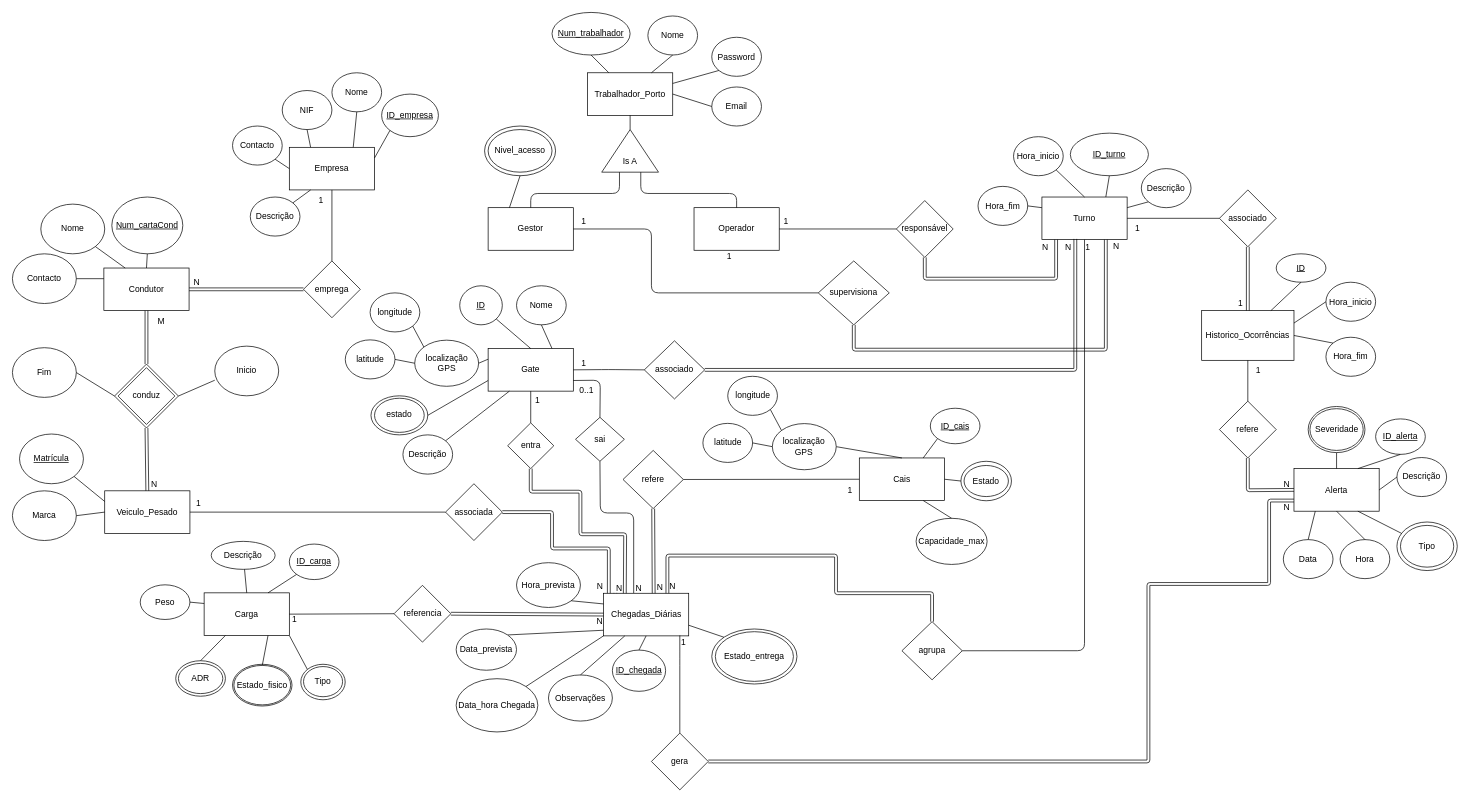
Earlier version of the draw.io diagram docs/BD/Relacional/DER-BD-IntelligentLogistics.drawio (PEI-HAZARDS/IntelligentLogistics). Source tidied: cells renumbered, new cells numbered last; positions are measured from the earlier drawing's top-left corner, leaving out a move shared by most shapes. Both pictures are drawn from the tidied source at 71%, with x=0, y=0 at pixel (12, 12).
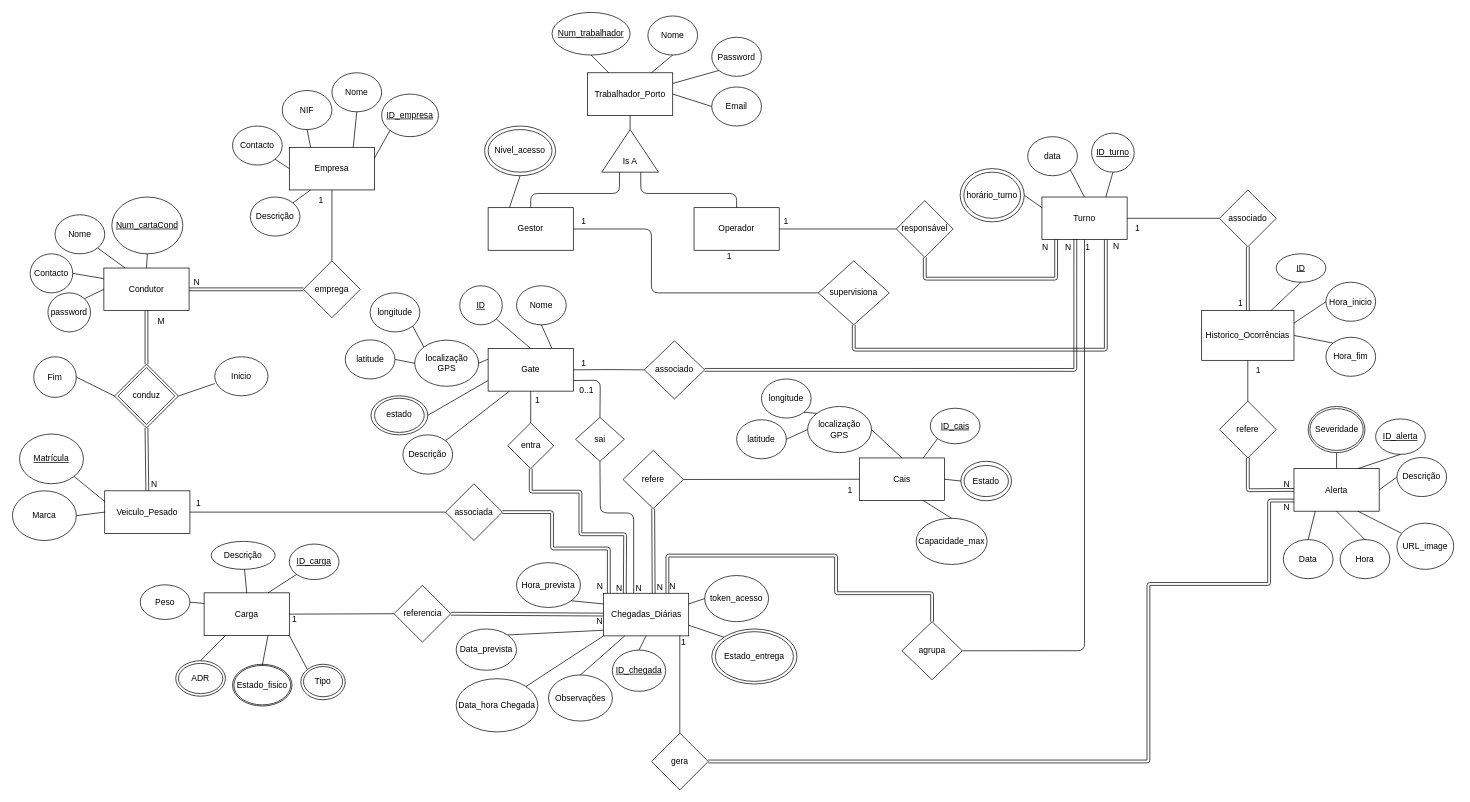
The same diagram, later.

The change refers to these unchanged cells:
```xml
<mxCell id="7" value="Alerta" style="rounded=0;whiteSpace=wrap;html=1;" parent="1" vertex="1">
  <mxGeometry x="1805" y="642.5" width="120" height="60" as="geometry" />
</mxCell>
<mxCell id="9" value="Chegadas_Diárias" style="rounded=0;whiteSpace=wrap;html=1;" parent="1" vertex="1">
  <mxGeometry x="832.5" y="818.1" width="120" height="60" as="geometry" />
</mxCell>
<mxCell id="15" value="Turno" style="rounded=0;whiteSpace=wrap;html=1;" parent="1" vertex="1">
  <mxGeometry x="1450" y="260" width="120" height="60" as="geometry" />
</mxCell>
<mxCell id="17" value="Condutor" style="rounded=0;whiteSpace=wrap;html=1;" parent="1" vertex="1">
  <mxGeometry x="128.8" y="360" width="120" height="60" as="geometry" />
</mxCell>
```

Diff of the diagram source:
```diff
@@
     <mxCell id="24" value="Nome" style="ellipse;whiteSpace=wrap;html=1;" parent="1" vertex="1">
-      <mxGeometry x="40" y="270" width="90" height="70" as="geometry" />
+      <mxGeometry x="60" y="285" width="70" height="55" as="geometry" />
     </mxCell>
@@
     <mxCell id="26" value="Contacto" style="ellipse;whiteSpace=wrap;html=1;" parent="1" vertex="1">
-      <mxGeometry y="340" width="90" height="70" as="geometry" />
+      <mxGeometry x="25" y="340" width="60" height="55" as="geometry" />
     </mxCell>
@@
     <mxCell id="53" value="&lt;u&gt;ID_turno&lt;/u&gt;" style="ellipse;whiteSpace=wrap;html=1;" parent="1" vertex="1">
-      <mxGeometry x="1490" y="170" width="110" height="60" as="geometry" />
+      <mxGeometry x="1520" y="170" width="60" height="55" as="geometry" />
     </mxCell>
@@
-    <mxCell id="56" value="Hora_inicio" style="ellipse;whiteSpace=wrap;html=1;" parent="1" vertex="1">
-      <mxGeometry x="1410" y="175" width="70" height="55" as="geometry" />
+    <mxCell id="56" value="data" style="ellipse;whiteSpace=wrap;html=1;" parent="1" vertex="1">
+      <mxGeometry x="1430" y="175" width="70" height="55" as="geometry" />
     </mxCell>
-    <mxCell id="57" value="Hora_fim" style="ellipse;whiteSpace=wrap;html=1;" parent="1" vertex="1">
-      <mxGeometry x="1360" y="245" width="70" height="55" as="geometry" />
-    </mxCell>
@@
-    <mxCell id="59" style="endArrow=none;html=1;exitX=1;exitY=0.5;exitDx=0;exitDy=0;entryX=0;entryY=0.25;entryDx=0;entryDy=0;" parent="1" edge="1" source="57" target="15">
-      <mxGeometry relative="1" as="geometry" />
-    </mxCell>
-    <mxCell id="60" value="Descrição" style="ellipse;whiteSpace=wrap;html=1;" parent="1" vertex="1">
-      <mxGeometry x="1590" y="220" width="70" height="55" as="geometry" />
-    </mxCell>
-    <mxCell id="61" style="endArrow=none;html=1;exitX=0;exitY=1;exitDx=0;exitDy=0;entryX=1;entryY=0.25;entryDx=0;entryDy=0;" parent="1" edge="1" source="60" target="15">
-      <mxGeometry relative="1" as="geometry" />
-    </mxCell>
@@
-    <mxCell id="72" value="Tipo" style="ellipse;whiteSpace=wrap;html=1;" parent="1" vertex="1">
-      <mxGeometry x="1955" y="722.5" width="75" height="58.8" as="geometry" />
-    </mxCell>
-    <mxCell id="73" style="ellipse;whiteSpace=wrap;html=1;fillColor=none;" parent="1" vertex="1">
-      <mxGeometry x="1950" y="717.7" width="85" height="68.4" as="geometry" />
-    </mxCell>
-    <mxCell id="74" style="endArrow=none;html=1;entryX=0.75;entryY=1;entryDx=0;entryDy=0;" parent="1" edge="1" source="73" target="7">
-      <mxGeometry relative="1" as="geometry" />
+    <mxCell id="74" style="endArrow=none;html=1;entryX=0.75;entryY=1;entryDx=0;entryDy=0;" parent="1" edge="1" target="7">
+      <mxGeometry relative="1" as="geometry">
+        <mxPoint x="1956.5" y="733.7" as="sourcePoint" />
+      </mxGeometry>
     </mxCell>
@@
     <mxCell id="166" value="Inicio" style="ellipse;whiteSpace=wrap;html=1;" parent="1" vertex="1">
-      <mxGeometry x="285" y="470" width="90" height="70" as="geometry" />
+      <mxGeometry x="285" y="485" width="75" height="55" as="geometry" />
     </mxCell>
     <mxCell id="167" value="Fim" style="ellipse;whiteSpace=wrap;html=1;" parent="1" vertex="1">
-      <mxGeometry y="472.2" width="90" height="70" as="geometry" />
+      <mxGeometry x="30" y="485" width="60" height="57.2" as="geometry" />
     </mxCell>
@@
     <mxCell id="194" value="localização GPS" style="ellipse;whiteSpace=wrap;html=1;" parent="1" vertex="1">
-      <mxGeometry x="1070.3" y="579.1" width="90" height="65" as="geometry" />
+      <mxGeometry x="1120" y="555" width="90" height="65" as="geometry" />
     </mxCell>
     <mxCell id="195" value="latitude" style="ellipse;whiteSpace=wrap;html=1;" parent="1" vertex="1">
-      <mxGeometry x="972.5" y="578.8" width="70" height="55" as="geometry" />
+      <mxGeometry x="1020" y="573.7" width="70" height="55" as="geometry" />
     </mxCell>
@@
     <mxCell id="197" value="longitude" style="ellipse;whiteSpace=wrap;html=1;" parent="1" vertex="1">
-      <mxGeometry x="1007.5" y="512.5" width="70" height="55" as="geometry" />
+      <mxGeometry x="1055" y="516.3" width="70" height="55" as="geometry" />
     </mxCell>
@@
+    <mxCell id="211" value="URL_image" style="ellipse;whiteSpace=wrap;html=1;" parent="1" vertex="1">
+      <mxGeometry x="1950" y="719.4" width="80" height="65" as="geometry" />
+    </mxCell>
+    <mxCell id="212" value="horário_turno" style="ellipse;whiteSpace=wrap;html=1;" parent="1" vertex="1">
+      <mxGeometry x="1340" y="225" width="80" height="65" as="geometry" />
+    </mxCell>
+    <mxCell id="213" style="ellipse;whiteSpace=wrap;html=1;fillColor=none;" parent="1" vertex="1">
+      <mxGeometry x="1334.8" y="220" width="90.3" height="75" as="geometry" />
+    </mxCell>
+    <mxCell id="214" style="endArrow=none;html=1;exitX=1;exitY=0.5;exitDx=0;exitDy=0;entryX=0;entryY=0.25;entryDx=0;entryDy=0;" parent="1" edge="1" source="213" target="15">
+      <mxGeometry relative="1" as="geometry" />
+    </mxCell>
+    <mxCell id="215" value="password" style="ellipse;whiteSpace=wrap;html=1;" parent="1" vertex="1">
+      <mxGeometry x="50" y="395" width="60" height="55" as="geometry" />
+    </mxCell>
+    <mxCell id="216" style="endArrow=none;html=1;entryX=1;entryY=0;entryDx=0;entryDy=0;exitX=0;exitY=0.5;exitDx=0;exitDy=0;" parent="1" edge="1" source="17" target="215">
+      <mxGeometry relative="1" as="geometry" />
+    </mxCell>
+    <mxCell id="217" value="token_acesso" style="ellipse;whiteSpace=wrap;html=1;" parent="1" vertex="1">
+      <mxGeometry x="975" y="793.1" width="90" height="65" as="geometry" />
+    </mxCell>
+    <mxCell id="218" style="endArrow=none;html=1;entryX=1;entryY=0.25;entryDx=0;entryDy=0;exitX=0;exitY=0.5;exitDx=0;exitDy=0;" parent="1" edge="1" source="217" target="9">
+      <mxGeometry relative="1" as="geometry" />
+    </mxCell>
```
